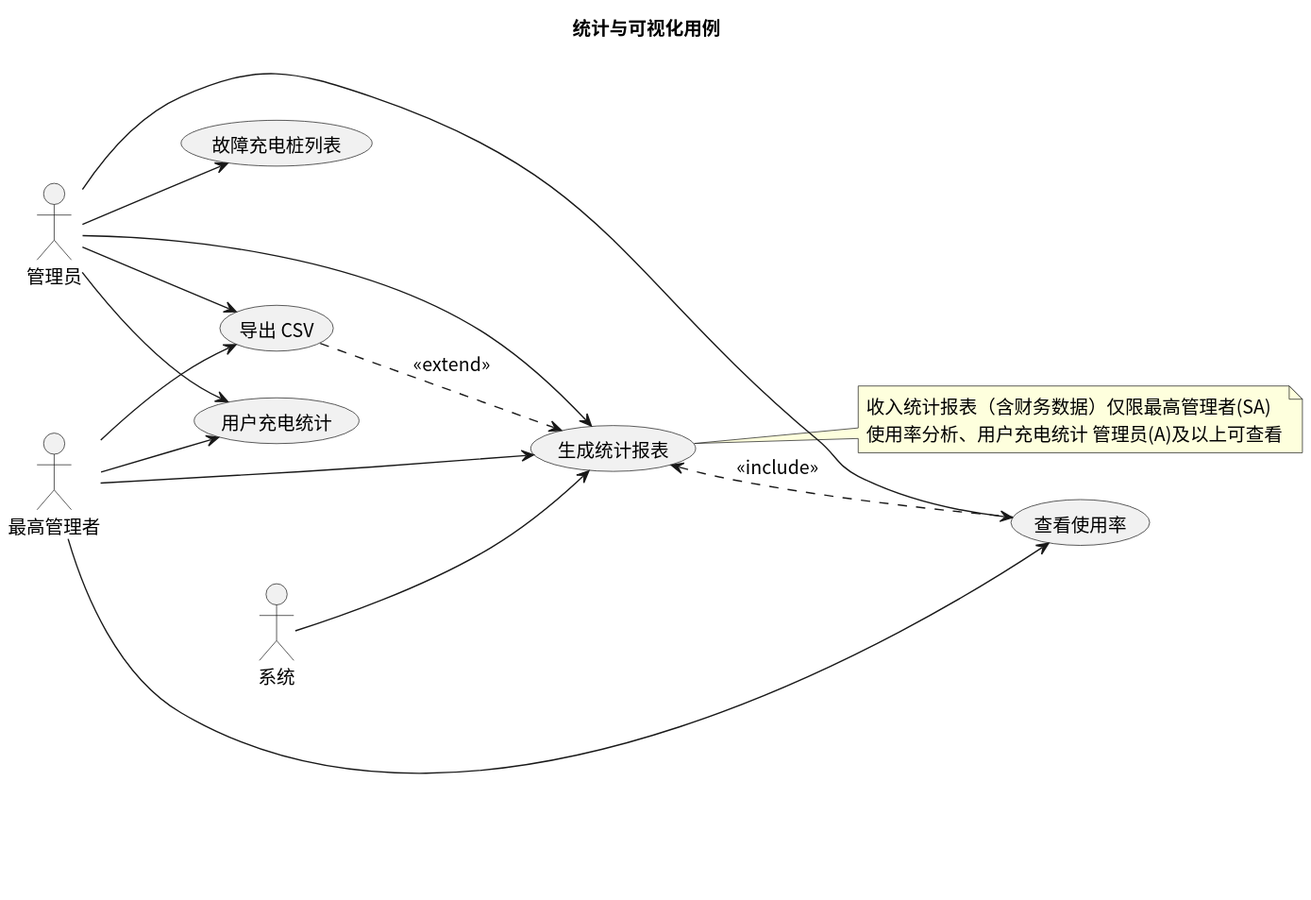
Before: usecase/docs/overview/img/analytics.svg, a diagram exported from PlantUML (greenhandzdl/charging-station-doc).
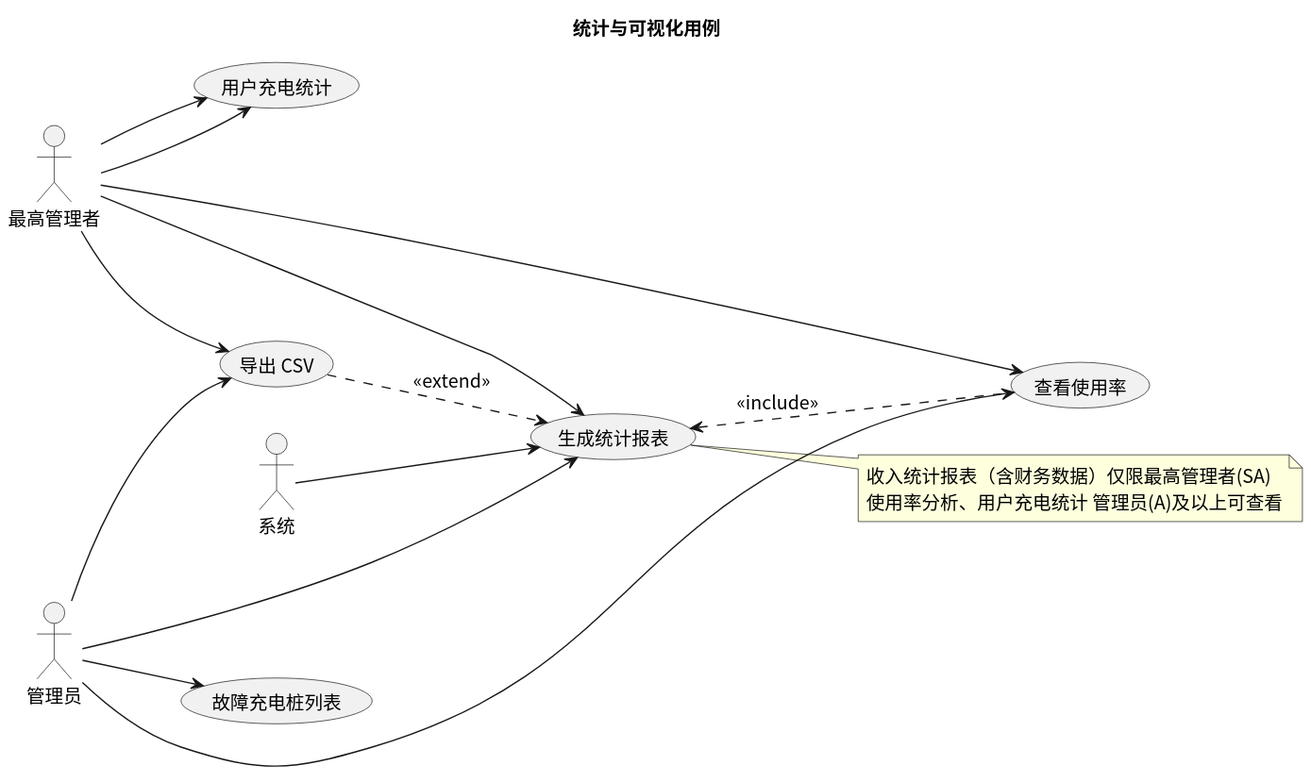
After the commit.

The edit, as a diff of the source:
```diff
@@ -15,15 +15,15 @@
 usecase "用户充电统计" as UCS
 usecase "故障充电桩列表" as FCL
 
-S --> GR
-A --> GR
-A --> VU
-A --> EXP
-A --> UCS
+S  --> GR
+A  --> GR
+A  --> VU
+A  --> EXP
+SA --> UCS
 SA --> GR
 SA --> VU
 SA --> EXP
-A --> FCL
+A  --> FCL
 SA --> UCS
 
 GR <.down. VU : <<include>>
```
